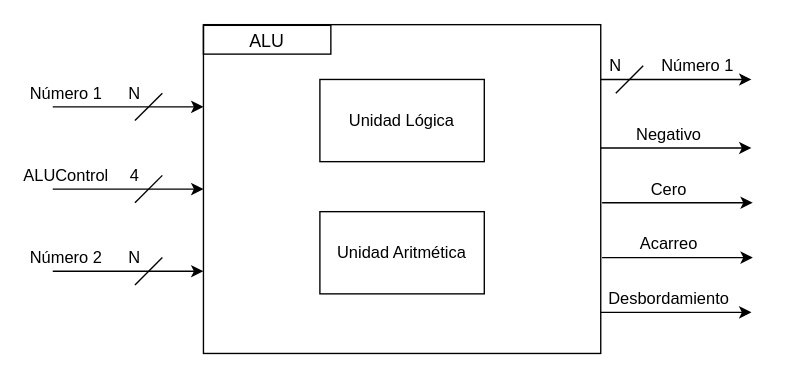
Earlier version of the draw.io diagram page "Segundo Nivel" (2 of 3) of ALU/Diagramas/Diagramas.drawio (m-herrera/Digital-Design-Workshop). Source tidied: cells renumbered, new cells numbered last; positions are measured from the earlier drawing's top-left corner, leaving out a move shared by most shapes. Both pictures are drawn from the tidied source at 137%, with x=0, y=0 at pixel (25, 23).
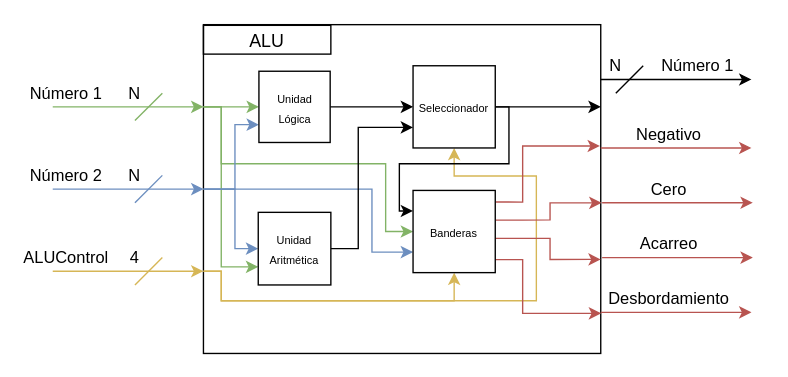
The same page after the edit.

Commit message:
Diagrama segundo nivel

Unchanged cells that the change refers to:
```xml
<mxCell id="2" style="rounded=0;whiteSpace=wrap;html=1;" parent="1" vertex="1">
  <mxGeometry x="130" y="0.5" width="290" height="240" as="geometry" />
</mxCell>
```

Change to the diagram source:
```diff
@@
+    <mxCell id="30" style="edgeStyle=orthogonalEdgeStyle;rounded=0;jettySize=auto;html=1;exitX=0;exitY=0.75;exitDx=0;exitDy=0;entryX=0.5;entryY=1;entryDx=0;entryDy=0;fillColor=#fff2cc;strokeColor=#d6b656;" parent="1" edge="1" source="2" target="42">
+      <mxGeometry relative="1" as="geometry">
+        <Array as="points">
+          <mxPoint x="143" y="181" />
+          <mxPoint x="143" y="202" />
+          <mxPoint x="373" y="202" />
+          <mxPoint x="373" y="111" />
+          <mxPoint x="313" y="111" />
+        </Array>
+      </mxGeometry>
+    </mxCell>
+    <mxCell id="31" style="edgeStyle=orthogonalEdgeStyle;rounded=0;jettySize=auto;html=1;exitX=0;exitY=0.75;exitDx=0;exitDy=0;entryX=0.5;entryY=1;entryDx=0;entryDy=0;fillColor=#fff2cc;strokeColor=#d6b656;" parent="1" edge="1" source="2" target="47">
+      <mxGeometry relative="1" as="geometry">
+        <Array as="points">
+          <mxPoint x="143" y="181" />
+          <mxPoint x="143" y="202" />
+          <mxPoint x="313" y="202" />
+        </Array>
+      </mxGeometry>
+    </mxCell>
+    <mxCell id="32" style="edgeStyle=orthogonalEdgeStyle;rounded=0;jettySize=auto;html=1;exitX=0;exitY=0.5;exitDx=0;exitDy=0;entryX=0;entryY=0.75;entryDx=0;entryDy=0;fillColor=#dae8fc;strokeColor=#6c8ebf;" parent="1" edge="1" source="2" target="47">
+      <mxGeometry relative="1" as="geometry">
+        <Array as="points">
+          <mxPoint x="253" y="121" />
+          <mxPoint x="253" y="167" />
+        </Array>
+      </mxGeometry>
+    </mxCell>
+    <mxCell id="33" style="edgeStyle=orthogonalEdgeStyle;rounded=0;jettySize=auto;html=1;exitX=0;exitY=0.25;exitDx=0;exitDy=0;entryX=0;entryY=0.5;entryDx=0;entryDy=0;fillColor=#d5e8d4;strokeColor=#82b366;" parent="1" edge="1" source="2" target="47">
+      <mxGeometry relative="1" as="geometry">
+        <Array as="points">
+          <mxPoint x="143" y="61" />
+          <mxPoint x="143" y="102" />
+          <mxPoint x="263" y="102" />
+          <mxPoint x="263" y="152" />
+        </Array>
+      </mxGeometry>
+    </mxCell>
+    <mxCell id="34" style="edgeStyle=orthogonalEdgeStyle;rounded=0;jettySize=auto;html=1;exitX=0;exitY=0.25;exitDx=0;exitDy=0;entryX=0;entryY=0.75;entryDx=0;entryDy=0;fillColor=#d5e8d4;strokeColor=#82b366;" parent="1" edge="1" source="2" target="29">
+      <mxGeometry relative="1" as="geometry">
+        <Array as="points">
+          <mxPoint x="143" y="61" />
+          <mxPoint x="143" y="177" />
+        </Array>
+      </mxGeometry>
+    </mxCell>
+    <mxCell id="35" style="edgeStyle=orthogonalEdgeStyle;rounded=0;jettySize=auto;html=1;exitX=0;exitY=0.5;exitDx=0;exitDy=0;entryX=0;entryY=0.5;entryDx=0;entryDy=0;fillColor=#dae8fc;strokeColor=#6c8ebf;" parent="1" edge="1" source="2" target="29">
+      <mxGeometry relative="1" as="geometry">
+        <Array as="points">
+          <mxPoint x="153" y="121" />
+          <mxPoint x="153" y="164" />
+        </Array>
+      </mxGeometry>
+    </mxCell>
+    <mxCell id="36" style="edgeStyle=orthogonalEdgeStyle;rounded=0;jettySize=auto;html=1;exitX=0;exitY=0.5;exitDx=0;exitDy=0;entryX=0;entryY=0.75;entryDx=0;entryDy=0;fillColor=#dae8fc;strokeColor=#6c8ebf;" parent="1" edge="1" source="2" target="28">
+      <mxGeometry relative="1" as="geometry">
+        <Array as="points">
+          <mxPoint x="153" y="121" />
+          <mxPoint x="153" y="73" />
+        </Array>
+      </mxGeometry>
+    </mxCell>
+    <mxCell id="37" style="edgeStyle=orthogonalEdgeStyle;rounded=0;jettySize=auto;html=1;exitX=0;exitY=0.25;exitDx=0;exitDy=0;entryX=0;entryY=0.5;entryDx=0;entryDy=0;fillColor=#d5e8d4;strokeColor=#82b366;" parent="1" edge="1" source="2" target="28">
+      <mxGeometry relative="1" as="geometry" />
+    </mxCell>
@@
-    <mxCell id="4" style="endArrow=classic;html=1;entryX=0;entryY=0.25;entryDx=0;entryDy=0;" parent="1" edge="1" target="2">
+    <mxCell id="4" style="endArrow=classic;html=1;entryX=0;entryY=0.25;entryDx=0;entryDy=0;fillColor=#d5e8d4;strokeColor=#82b366;" parent="1" edge="1" target="2">
       <mxGeometry relative="1" as="geometry">
         <mxPoint x="20" y="60.5" as="sourcePoint" />
       </mxGeometry>
     </mxCell>
-    <mxCell id="5" style="endArrow=none;html=1;" parent="1" edge="1">
+    <mxCell id="5" style="endArrow=none;html=1;fillColor=#d5e8d4;strokeColor=#82b366;" parent="1" edge="1">
       <mxGeometry relative="1" as="geometry">
         <mxPoint x="80" y="70.5" as="sourcePoint" />
         <mxPoint x="100" y="50.5" as="targetPoint" />
       </mxGeometry>
     </mxCell>
@@
-    <mxCell id="7" style="endArrow=classic;html=1;entryX=0;entryY=0.25;entryDx=0;entryDy=0;" parent="1" edge="1">
+    <mxCell id="7" style="endArrow=classic;html=1;entryX=0;entryY=0.25;entryDx=0;entryDy=0;fillColor=#fff2cc;strokeColor=#d6b656;" parent="1" edge="1">
       <mxGeometry relative="1" as="geometry">
         <mxPoint x="20" y="180.5" as="sourcePoint" />
         <mxPoint x="130" y="180.5" as="targetPoint" />
       </mxGeometry>
     </mxCell>
-    <mxCell id="8" style="endArrow=none;html=1;" parent="1" edge="1">
+    <mxCell id="8" style="endArrow=none;html=1;fillColor=#fff2cc;strokeColor=#d6b656;" parent="1" edge="1">
       <mxGeometry relative="1" as="geometry">
         <mxPoint x="80" y="190.5" as="sourcePoint" />
         <mxPoint x="100" y="170.5" as="targetPoint" />
       </mxGeometry>
     </mxCell>
-    <mxCell id="9" value="N" style="text;html=1;strokeColor=none;fillColor=none;align=center;verticalAlign=middle;whiteSpace=wrap;rounded=0;" parent="1" vertex="1">
+    <mxCell id="9" value="4" style="text;html=1;strokeColor=none;fillColor=none;align=center;verticalAlign=middle;whiteSpace=wrap;rounded=0;" parent="1" vertex="1">
       <mxGeometry x="60" y="160.5" width="40" height="20" as="geometry" />
     </mxCell>
@@
-    <mxCell id="11" value="Número 2" style="text;html=1;strokeColor=none;fillColor=none;align=center;verticalAlign=middle;whiteSpace=wrap;rounded=0;" parent="1" vertex="1">
+    <mxCell id="11" value="ALUControl" style="text;html=1;strokeColor=none;fillColor=none;align=center;verticalAlign=middle;whiteSpace=wrap;rounded=0;" parent="1" vertex="1">
       <mxGeometry y="160.5" width="60" height="20" as="geometry" />
     </mxCell>
-    <mxCell id="12" style="endArrow=classic;html=1;entryX=0;entryY=0.5;entryDx=0;entryDy=0;" parent="1" edge="1" target="2">
+    <mxCell id="12" style="endArrow=classic;html=1;entryX=0;entryY=0.5;entryDx=0;entryDy=0;fillColor=#dae8fc;strokeColor=#6c8ebf;" parent="1" edge="1" target="2">
       <mxGeometry relative="1" as="geometry">
         <mxPoint x="20" y="120.5" as="sourcePoint" />
       </mxGeometry>
     </mxCell>
-    <mxCell id="13" value="ALUControl" style="text;html=1;strokeColor=none;fillColor=none;align=center;verticalAlign=middle;whiteSpace=wrap;rounded=0;" parent="1" vertex="1">
+    <mxCell id="13" value="Número 2" style="text;html=1;strokeColor=none;fillColor=none;align=center;verticalAlign=middle;whiteSpace=wrap;rounded=0;" parent="1" vertex="1">
       <mxGeometry y="100.5" width="60" height="20" as="geometry" />
     </mxCell>
@@
-    <mxCell id="18" style="endArrow=none;html=1;" parent="1" edge="1">
+    <mxCell id="18" style="endArrow=none;html=1;fillColor=#dae8fc;strokeColor=#6c8ebf;" parent="1" edge="1">
       <mxGeometry relative="1" as="geometry">
         <mxPoint x="80" y="130.5" as="sourcePoint" />
         <mxPoint x="100" y="110.5" as="targetPoint" />
       </mxGeometry>
     </mxCell>
-    <mxCell id="19" value="4" style="text;html=1;strokeColor=none;fillColor=none;align=center;verticalAlign=middle;whiteSpace=wrap;rounded=0;" parent="1" vertex="1">
+    <mxCell id="19" value="N" style="text;html=1;strokeColor=none;fillColor=none;align=center;verticalAlign=middle;whiteSpace=wrap;rounded=0;" parent="1" vertex="1">
       <mxGeometry x="60" y="100.5" width="40" height="20" as="geometry" />
     </mxCell>
-    <mxCell id="20" style="endArrow=classic;html=1;entryX=0;entryY=0.25;entryDx=0;entryDy=0;" parent="1" edge="1">
+    <mxCell id="20" style="endArrow=classic;html=1;entryX=0;entryY=0.25;entryDx=0;entryDy=0;fillColor=#f8cecc;strokeColor=#b85450;" parent="1" edge="1">
       <mxGeometry relative="1" as="geometry">
         <mxPoint x="420" y="90.5" as="sourcePoint" />
         <mxPoint x="530" y="90.5" as="targetPoint" />
       </mxGeometry>
     </mxCell>
@@
-    <mxCell id="22" style="endArrow=classic;html=1;entryX=0;entryY=0.25;entryDx=0;entryDy=0;" parent="1" edge="1">
+    <mxCell id="22" style="endArrow=classic;html=1;entryX=0;entryY=0.25;entryDx=0;entryDy=0;fillColor=#f8cecc;strokeColor=#b85450;" parent="1" edge="1">
       <mxGeometry relative="1" as="geometry">
         <mxPoint x="421" y="170.5" as="sourcePoint" />
         <mxPoint x="531" y="170.5" as="targetPoint" />
       </mxGeometry>
     </mxCell>
@@
-    <mxCell id="24" style="endArrow=classic;html=1;entryX=0;entryY=0.25;entryDx=0;entryDy=0;" parent="1" edge="1">
+    <mxCell id="24" style="endArrow=classic;html=1;entryX=0;entryY=0.25;entryDx=0;entryDy=0;fillColor=#f8cecc;strokeColor=#b85450;" parent="1" edge="1">
       <mxGeometry relative="1" as="geometry">
         <mxPoint x="420" y="210.5" as="sourcePoint" />
         <mxPoint x="530" y="210.5" as="targetPoint" />
       </mxGeometry>
     </mxCell>
@@
-    <mxCell id="26" style="endArrow=classic;html=1;entryX=0;entryY=0.25;entryDx=0;entryDy=0;" parent="1" edge="1">
+    <mxCell id="26" style="endArrow=classic;html=1;entryX=0;entryY=0.25;entryDx=0;entryDy=0;fillColor=#f8cecc;strokeColor=#b85450;" parent="1" edge="1">
       <mxGeometry relative="1" as="geometry">
         <mxPoint x="421" y="130.5" as="sourcePoint" />
         <mxPoint x="531" y="130.5" as="targetPoint" />
       </mxGeometry>
     </mxCell>
@@
+    <mxCell id="38" style="edgeStyle=orthogonalEdgeStyle;rounded=0;jettySize=auto;html=1;exitX=1;exitY=0.5;exitDx=0;exitDy=0;entryX=0;entryY=0.5;entryDx=0;entryDy=0;" parent="1" edge="1" source="28" target="42">
+      <mxGeometry relative="1" as="geometry" />
+    </mxCell>
-    <mxCell id="28" value="Unidad Lógica" style="rounded=0;whiteSpace=wrap;html=1;strokeColor=#000000;" parent="1" vertex="1">
-      <mxGeometry x="215" y="40.5" width="120" height="60" as="geometry" />
+    <mxCell id="28" value="&lt;font style=&quot;font-size: 8px&quot;&gt;Unidad Lógica&lt;/font&gt;" style="whiteSpace=wrap;html=1;" parent="1" vertex="1">
+      <mxGeometry x="170.5" y="34.5" width="52" height="52" as="geometry" />
     </mxCell>
+    <mxCell id="39" style="edgeStyle=orthogonalEdgeStyle;rounded=0;jettySize=auto;html=1;exitX=1;exitY=0.5;exitDx=0;exitDy=0;entryX=0;entryY=0.75;entryDx=0;entryDy=0;" parent="1" edge="1" source="29" target="42">
+      <mxGeometry relative="1" as="geometry">
+        <Array as="points">
+          <mxPoint x="243" y="164" />
+          <mxPoint x="243" y="76" />
+        </Array>
+      </mxGeometry>
+    </mxCell>
-    <mxCell id="29" value="Unidad Aritmética" style="rounded=0;whiteSpace=wrap;html=1;strokeColor=#000000;" parent="1" vertex="1">
-      <mxGeometry x="215" y="137" width="120" height="60" as="geometry" />
+    <mxCell id="29" value="&lt;font style=&quot;font-size: 8px&quot;&gt;Unidad Aritmética&lt;/font&gt;" style="whiteSpace=wrap;html=1;" parent="1" vertex="1">
+      <mxGeometry x="170" y="137.5" width="53" height="53" as="geometry" />
     </mxCell>
+    <mxCell id="40" style="edgeStyle=orthogonalEdgeStyle;rounded=0;jettySize=auto;html=1;exitX=1;exitY=0.5;exitDx=0;exitDy=0;entryX=1;entryY=0.25;entryDx=0;entryDy=0;" parent="1" edge="1" source="42" target="2">
+      <mxGeometry relative="1" as="geometry">
+        <Array as="points">
+          <mxPoint x="373" y="61" />
+          <mxPoint x="373" y="61" />
+        </Array>
+      </mxGeometry>
+    </mxCell>
+    <mxCell id="41" style="edgeStyle=orthogonalEdgeStyle;rounded=0;jettySize=auto;html=1;exitX=1;exitY=0.5;exitDx=0;exitDy=0;entryX=0;entryY=0.25;entryDx=0;entryDy=0;" parent="1" edge="1" source="42" target="47">
+      <mxGeometry relative="1" as="geometry">
+        <Array as="points">
+          <mxPoint x="353" y="61" />
+          <mxPoint x="353" y="102" />
+          <mxPoint x="273" y="102" />
+          <mxPoint x="273" y="137" />
+        </Array>
+      </mxGeometry>
+    </mxCell>
+    <mxCell id="42" value="&lt;font style=&quot;font-size: 8px&quot;&gt;Seleccionador&lt;/font&gt;" style="whiteSpace=wrap;html=1;" parent="1" vertex="1">
+      <mxGeometry x="283" y="30.5" width="60" height="60" as="geometry" />
+    </mxCell>
+    <mxCell id="43" style="edgeStyle=orthogonalEdgeStyle;rounded=0;jettySize=auto;html=1;exitX=1.008;exitY=0.141;exitDx=0;exitDy=0;entryX=0.998;entryY=0.369;entryDx=0;entryDy=0;entryPerimeter=0;exitPerimeter=0;fillColor=#f8cecc;strokeColor=#b85450;" parent="1" edge="1" source="47" target="2">
+      <mxGeometry relative="1" as="geometry">
+        <Array as="points">
+          <mxPoint x="363" y="130" />
+          <mxPoint x="363" y="89" />
+        </Array>
+      </mxGeometry>
+    </mxCell>
+    <mxCell id="44" style="edgeStyle=orthogonalEdgeStyle;rounded=0;jettySize=auto;html=1;exitX=1.008;exitY=0.362;exitDx=0;exitDy=0;entryX=1.002;entryY=0.542;entryDx=0;entryDy=0;entryPerimeter=0;exitPerimeter=0;fillColor=#f8cecc;strokeColor=#b85450;" parent="1" edge="1" source="47" target="2">
+      <mxGeometry relative="1" as="geometry">
+        <Array as="points">
+          <mxPoint x="363" y="143" />
+          <mxPoint x="383" y="143" />
+          <mxPoint x="383" y="131" />
+        </Array>
+      </mxGeometry>
+    </mxCell>
+    <mxCell id="45" style="edgeStyle=orthogonalEdgeStyle;rounded=0;jettySize=auto;html=1;exitX=1;exitY=0.583;exitDx=0;exitDy=0;entryX=1;entryY=0.714;entryDx=0;entryDy=0;entryPerimeter=0;exitPerimeter=0;fillColor=#f8cecc;strokeColor=#b85450;" parent="1" edge="1" source="47" target="2">
+      <mxGeometry relative="1" as="geometry">
+        <Array as="points">
+          <mxPoint x="383" y="157" />
+          <mxPoint x="383" y="172" />
+        </Array>
+      </mxGeometry>
+    </mxCell>
+    <mxCell id="46" style="edgeStyle=orthogonalEdgeStyle;rounded=0;jettySize=auto;html=1;exitX=1;exitY=0.842;exitDx=0;exitDy=0;entryX=1.001;entryY=0.878;entryDx=0;entryDy=0;entryPerimeter=0;exitPerimeter=0;fillColor=#f8cecc;strokeColor=#b85450;" parent="1" edge="1" source="47" target="2">
+      <mxGeometry relative="1" as="geometry">
+        <Array as="points">
+          <mxPoint x="363" y="172" />
+          <mxPoint x="363" y="211" />
+        </Array>
+      </mxGeometry>
+    </mxCell>
+    <mxCell id="47" value="&lt;font style=&quot;font-size: 8px&quot;&gt;Banderas&lt;/font&gt;" style="whiteSpace=wrap;html=1;" parent="1" vertex="1">
+      <mxGeometry x="283" y="121.5" width="60" height="60" as="geometry" />
+    </mxCell>
```
